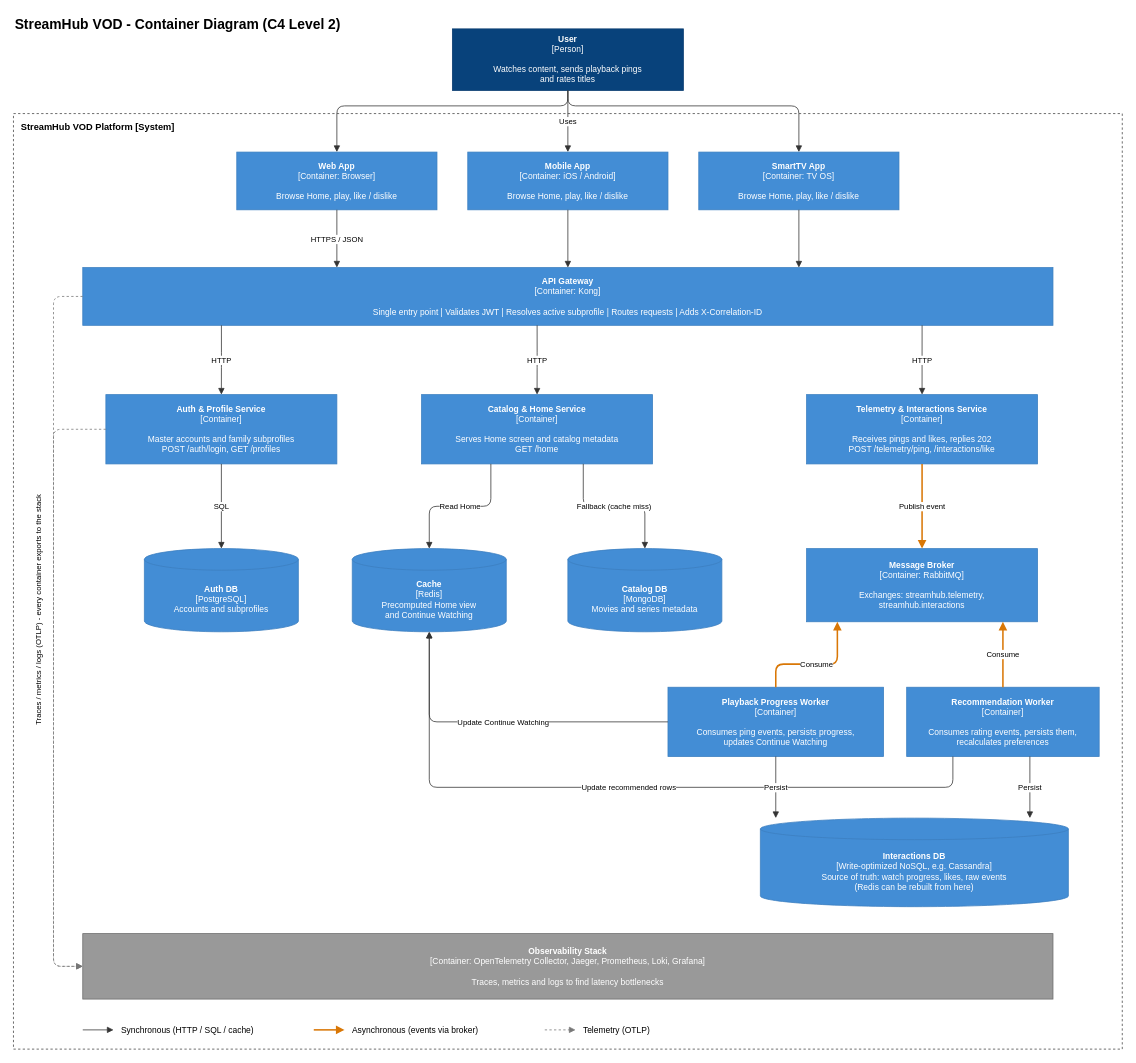
This is docs/assets/c4.drawio from brayancorrea1114112-debug/ARQ2-2026-TS-007, a draw.io file, before an edit. Source tidied: cells renumbered, new cells numbered last; positions are measured from the earlier drawing's top-left corner, leaving out a move shared by most shapes. Both pictures are drawn from the tidied source at 77%, with x=0, y=0 at pixel (-139, 13).
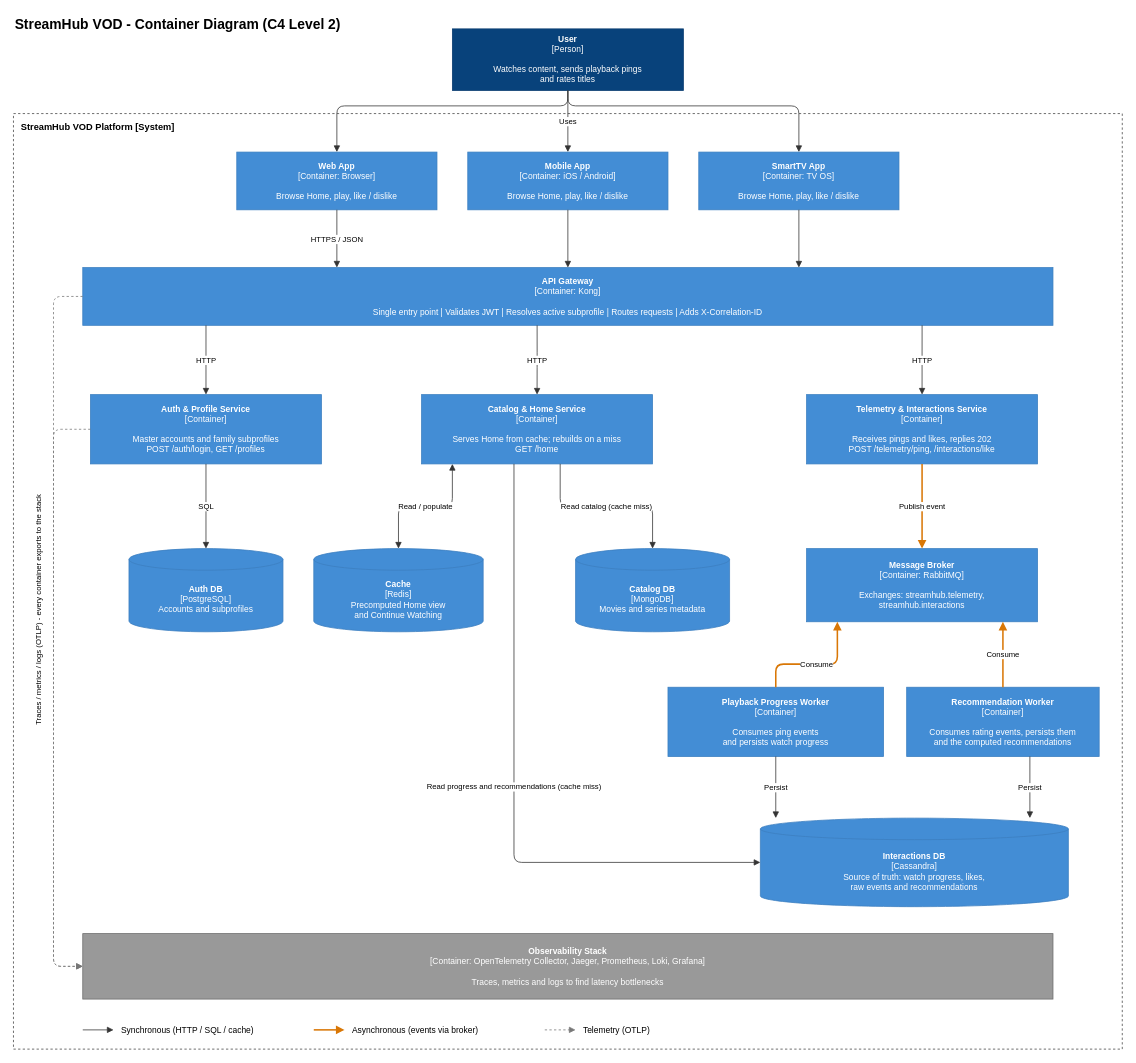
Above is the later version.

Commit message (it also covers changes not shown here):
C4 Modified And Adjusted Due To ADR 007

The change refers to these unchanged cells:
```xml
<mxCell id="8" value="&lt;b&gt;API Gateway&lt;/b&gt;&lt;br&gt;[Container: Kong]&lt;br&gt;&lt;br&gt;Single entry point | Validates JWT | Resolves active subprofile | Routes requests | Adds X-Correlation-ID" style="rounded=0;whiteSpace=wrap;html=1;fontSize=11;fillColor=#438DD5;strokeColor=#3C7FC0;fontColor=#FFFFFF;" parent="1" vertex="1">
  <mxGeometry x="288" y="330" width="1260" height="75" as="geometry" />
</mxCell>
```

Change to the diagram source:
```diff
@@
     <mxCell id="9" value="&lt;b&gt;Auth &amp;amp; Profile Service&lt;/b&gt;&lt;br&gt;[Container]&lt;br&gt;&lt;br&gt;Master accounts and family subprofiles&lt;br&gt;POST /auth/login, GET /profiles" style="rounded=0;whiteSpace=wrap;html=1;fontSize=11;fillColor=#438DD5;strokeColor=#3C7FC0;fontColor=#FFFFFF;" parent="1" vertex="1">
-      <mxGeometry x="318" y="495" width="300" height="90" as="geometry" />
+      <mxGeometry x="298" y="495" width="300" height="90" as="geometry" />
     </mxCell>
-    <mxCell id="10" value="&lt;b&gt;Catalog &amp;amp; Home Service&lt;/b&gt;&lt;br&gt;[Container]&lt;br&gt;&lt;br&gt;Serves Home screen and catalog metadata&lt;br&gt;GET /home" style="rounded=0;whiteSpace=wrap;html=1;fontSize=11;fillColor=#438DD5;strokeColor=#3C7FC0;fontColor=#FFFFFF;" parent="1" vertex="1">
+    <mxCell id="10" value="&lt;b&gt;Catalog &amp;amp; Home Service&lt;/b&gt;&lt;br&gt;[Container]&lt;br&gt;&lt;br&gt;Serves Home from cache; rebuilds on a miss&lt;br&gt;GET /home" style="rounded=0;whiteSpace=wrap;html=1;fontSize=11;fillColor=#438DD5;strokeColor=#3C7FC0;fontColor=#FFFFFF;" parent="1" vertex="1">
       <mxGeometry x="728" y="495" width="300" height="90" as="geometry" />
     </mxCell>
@@
     <mxCell id="12" value="&lt;b&gt;Auth DB&lt;/b&gt;&lt;br&gt;[PostgreSQL]&lt;br&gt;Accounts and subprofiles" style="shape=cylinder3;whiteSpace=wrap;html=1;boundedLbl=1;backgroundOutline=1;size=14;fontSize=11;fillColor=#438DD5;strokeColor=#3C7FC0;fontColor=#FFFFFF;" parent="1" vertex="1">
-      <mxGeometry x="368" y="695" width="200" height="108" as="geometry" />
+      <mxGeometry x="348" y="695" width="200" height="108" as="geometry" />
     </mxCell>
     <mxCell id="13" value="&lt;b&gt;Cache&lt;/b&gt;&lt;br&gt;[Redis]&lt;br&gt;Precomputed Home view&lt;br&gt;and Continue Watching" style="shape=cylinder3;whiteSpace=wrap;html=1;boundedLbl=1;backgroundOutline=1;size=14;fontSize=11;fillColor=#438DD5;strokeColor=#3C7FC0;fontColor=#FFFFFF;" parent="1" vertex="1">
-      <mxGeometry x="638" y="695" width="200" height="108" as="geometry" />
+      <mxGeometry x="588" y="695" width="220" height="108" as="geometry" />
     </mxCell>
     <mxCell id="14" value="&lt;b&gt;Catalog DB&lt;/b&gt;&lt;br&gt;[MongoDB]&lt;br&gt;Movies and series metadata" style="shape=cylinder3;whiteSpace=wrap;html=1;boundedLbl=1;backgroundOutline=1;size=14;fontSize=11;fillColor=#438DD5;strokeColor=#3C7FC0;fontColor=#FFFFFF;" parent="1" vertex="1">
-      <mxGeometry x="918" y="695" width="200" height="108" as="geometry" />
+      <mxGeometry x="928" y="695" width="200" height="108" as="geometry" />
     </mxCell>
@@
-    <mxCell id="16" value="&lt;b&gt;Playback Progress Worker&lt;/b&gt;&lt;br&gt;[Container]&lt;br&gt;&lt;br&gt;Consumes ping events, persists progress,&lt;br&gt;updates Continue Watching" style="rounded=0;whiteSpace=wrap;html=1;fontSize=11;fillColor=#438DD5;strokeColor=#3C7FC0;fontColor=#FFFFFF;" parent="1" vertex="1">
+    <mxCell id="16" value="&lt;b&gt;Playback Progress Worker&lt;/b&gt;&lt;br&gt;[Container]&lt;br&gt;&lt;br&gt;Consumes ping events&lt;br&gt;and persists watch progress" style="rounded=0;whiteSpace=wrap;html=1;fontSize=11;fillColor=#438DD5;strokeColor=#3C7FC0;fontColor=#FFFFFF;" parent="1" vertex="1">
       <mxGeometry x="1048" y="875" width="280" height="90" as="geometry" />
     </mxCell>
-    <mxCell id="17" value="&lt;b&gt;Interactions DB&lt;/b&gt;&lt;br&gt;[Write-optimized NoSQL, e.g. Cassandra]&lt;br&gt;Source of truth: watch progress, likes, raw events&lt;br&gt;(Redis can be rebuilt from here)" style="shape=cylinder3;whiteSpace=wrap;html=1;boundedLbl=1;backgroundOutline=1;size=14;fontSize=11;fillColor=#438DD5;strokeColor=#3C7FC0;fontColor=#FFFFFF;" parent="1" vertex="1">
+    <mxCell id="17" value="&lt;b&gt;Interactions DB&lt;/b&gt;&lt;br&gt;[Cassandra]&lt;br&gt;Source of truth: watch progress, likes,&lt;br&gt;raw events and recommendations" style="shape=cylinder3;whiteSpace=wrap;html=1;boundedLbl=1;backgroundOutline=1;size=14;fontSize=11;fillColor=#438DD5;strokeColor=#3C7FC0;fontColor=#FFFFFF;" parent="1" vertex="1">
       <mxGeometry x="1168" y="1045" width="400" height="115" as="geometry" />
     </mxCell>
-    <mxCell id="18" value="&lt;b&gt;Recommendation Worker&lt;/b&gt;&lt;br&gt;[Container]&lt;br&gt;&lt;br&gt;Consumes rating events, persists them,&lt;br&gt;recalculates preferences" style="rounded=0;whiteSpace=wrap;html=1;fontSize=11;fillColor=#438DD5;strokeColor=#3C7FC0;fontColor=#FFFFFF;" parent="1" vertex="1">
+    <mxCell id="18" value="&lt;b&gt;Recommendation Worker&lt;/b&gt;&lt;br&gt;[Container]&lt;br&gt;&lt;br&gt;Consumes rating events, persists them&lt;br&gt;and the computed recommendations" style="rounded=0;whiteSpace=wrap;html=1;fontSize=11;fillColor=#438DD5;strokeColor=#3C7FC0;fontColor=#FFFFFF;" parent="1" vertex="1">
       <mxGeometry x="1358" y="875" width="250" height="90" as="geometry" />
     </mxCell>
@@
-    <mxCell id="26" value="HTTP" style="endArrow=block;endFill=1;html=1;edgeStyle=orthogonalEdgeStyle;fontSize=10;strokeColor=#333333;exitX=0.1429;exitY=1;exitDx=0;exitDy=0;entryX=0.5;entryY=0;entryDx=0;entryDy=0;" parent="1" edge="1" source="8" target="9">
+    <mxCell id="26" value="HTTP" style="endArrow=block;endFill=1;html=1;edgeStyle=orthogonalEdgeStyle;fontSize=10;strokeColor=#333333;exitX=0.127;exitY=1;exitDx=0;exitDy=0;entryX=0.5;entryY=0;entryDx=0;entryDy=0;" parent="1" edge="1" source="8" target="9">
       <mxGeometry relative="1" as="geometry" />
     </mxCell>
@@
-    <mxCell id="30" value="Read Home" style="endArrow=block;endFill=1;html=1;edgeStyle=orthogonalEdgeStyle;fontSize=10;strokeColor=#333333;exitX=0.3;exitY=1;exitDx=0;exitDy=0;entryX=0.5;entryY=0;entryDx=0;entryDy=0;" parent="1" edge="1" source="10" target="13">
+    <mxCell id="30" value="Read / populate" style="endArrow=block;endFill=1;html=1;edgeStyle=orthogonalEdgeStyle;fontSize=10;strokeColor=#333333;startArrow=block;startFill=1;exitX=0.1333;exitY=1;exitDx=0;exitDy=0;entryX=0.5;entryY=0;entryDx=0;entryDy=0;" parent="1" edge="1" source="10" target="13">
       <mxGeometry relative="1" as="geometry">
         <Array as="points">
-          <mxPoint x="818" y="640" />
-          <mxPoint x="738" y="640" />
+          <mxPoint x="768" y="640" />
+          <mxPoint x="698" y="640" />
         </Array>
       </mxGeometry>
     </mxCell>
-    <mxCell id="31" value="Fallback (cache miss)" style="endArrow=block;endFill=1;html=1;edgeStyle=orthogonalEdgeStyle;fontSize=10;strokeColor=#333333;exitX=0.7;exitY=1;exitDx=0;exitDy=0;entryX=0.5;entryY=0;entryDx=0;entryDy=0;" parent="1" edge="1" source="10" target="14">
+    <mxCell id="31" value="Read catalog (cache miss)" style="endArrow=block;endFill=1;html=1;edgeStyle=orthogonalEdgeStyle;fontSize=10;strokeColor=#333333;exitX=0.6;exitY=1;exitDx=0;exitDy=0;entryX=0.5;entryY=0;entryDx=0;entryDy=0;" parent="1" edge="1" source="10" target="14">
       <mxGeometry relative="1" as="geometry">
         <Array as="points">
-          <mxPoint x="938" y="640" />
-          <mxPoint x="1018" y="640" />
+          <mxPoint x="908" y="640" />
+          <mxPoint x="1028" y="640" />
         </Array>
       </mxGeometry>
     </mxCell>
+    <mxCell id="48" value="Read progress and recommendations (cache miss)" style="endArrow=block;endFill=1;html=1;edgeStyle=orthogonalEdgeStyle;fontSize=10;strokeColor=#333333;exitX=0.4;exitY=1;exitDx=0;exitDy=0;entryX=0;entryY=0.5;entryDx=0;entryDy=0;" parent="1" edge="1" source="10" target="17">
+      <mxGeometry relative="1" as="geometry">
+        <Array as="points">
+          <mxPoint x="848" y="1102" />
+        </Array>
+      </mxGeometry>
+    </mxCell>
@@
-    <mxCell id="35" value="Update Continue Watching" style="endArrow=block;endFill=1;html=1;edgeStyle=orthogonalEdgeStyle;fontSize=10;strokeColor=#333333;exitX=0;exitY=0.5;exitDx=0;exitDy=0;entryX=0.5;entryY=1;entryDx=0;entryDy=0;" parent="1" edge="1" source="16" target="13">
-      <mxGeometry relative="1" as="geometry">
-        <Array as="points">
-          <mxPoint x="738" y="920" />
-        </Array>
-      </mxGeometry>
-    </mxCell>
-    <mxCell id="36" value="Update recommended rows" style="endArrow=block;endFill=1;html=1;edgeStyle=orthogonalEdgeStyle;fontSize=10;strokeColor=#333333;exitX=0.24;exitY=1;exitDx=0;exitDy=0;entryX=0.5;entryY=1;entryDx=0;entryDy=0;" parent="1" edge="1" source="18" target="13">
-      <mxGeometry relative="1" as="geometry">
-        <Array as="points">
-          <mxPoint x="1418" y="1005" />
-          <mxPoint x="738" y="1005" />
-        </Array>
-      </mxGeometry>
-    </mxCell>
```
